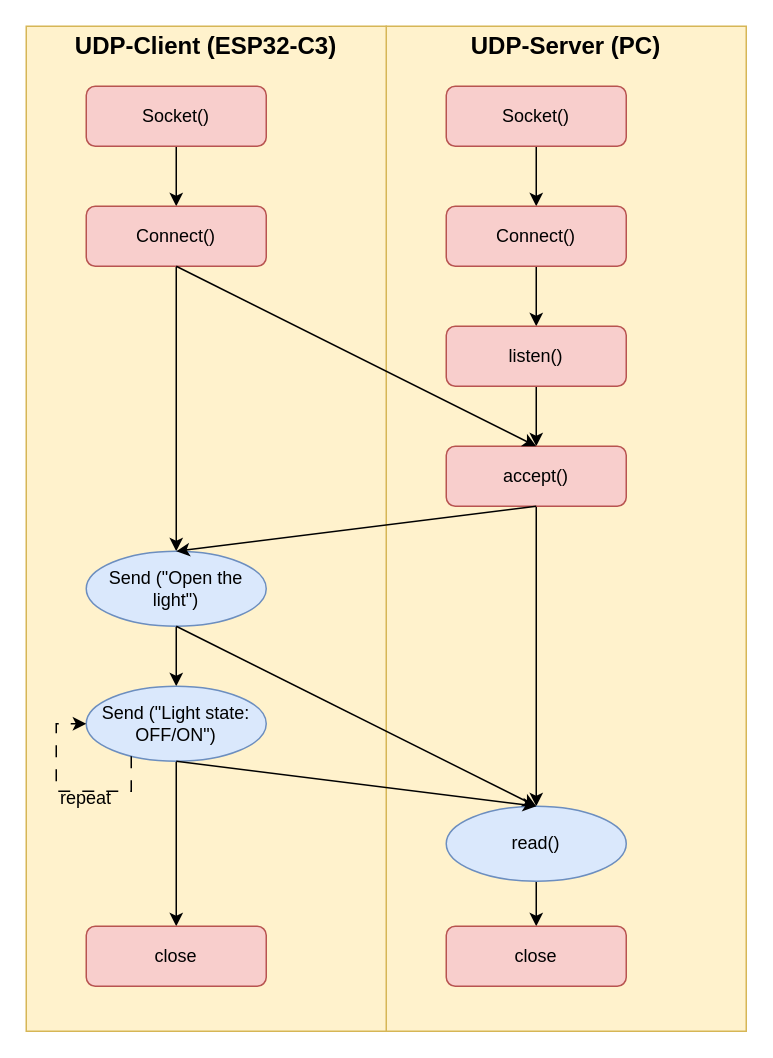
Before: page "UDP Client" (1 of 2) of PBL5.drawio in 106210049/CK_RTOS, a draw.io diagram. Source tidied: cells renumbered, new cells numbered last; positions are measured from the earlier drawing's top-left corner, leaving out a move shared by most shapes. Both pictures are drawn from the tidied source at 150%, with x=0, y=0 at pixel (26, 26).
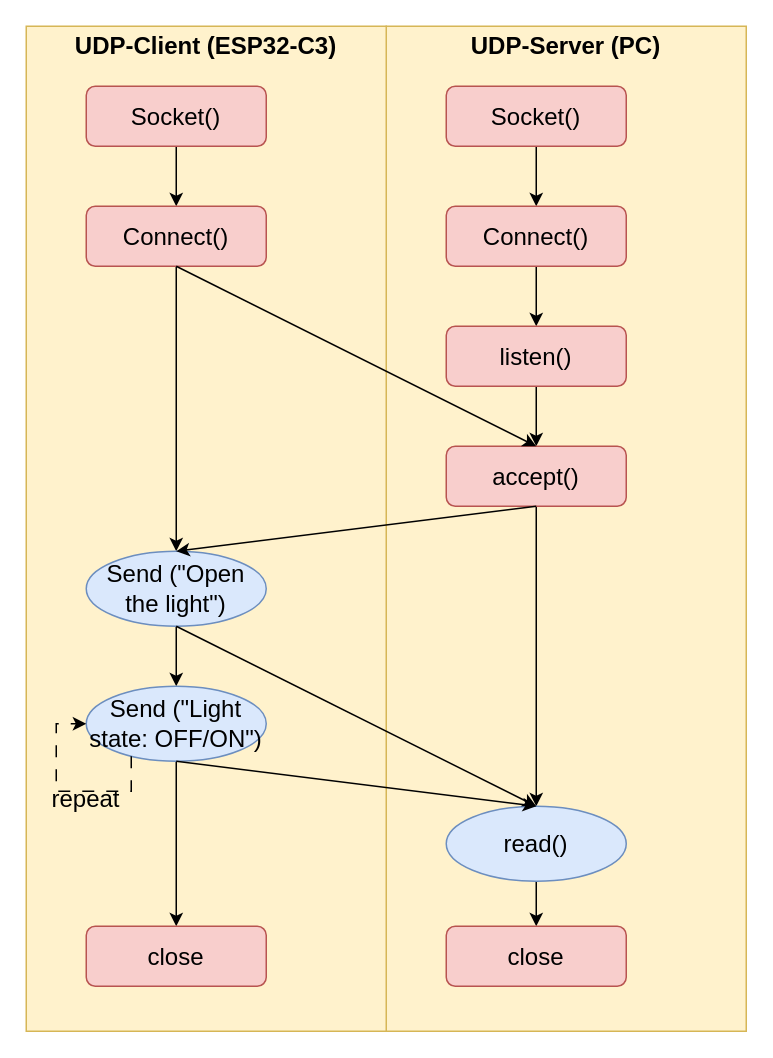
The same page after the edit.

Diff of the diagram source:
```diff
@@
-    <mxCell id="2" value="&lt;p style=&quot;margin:0px;margin-top:4px;text-align:center;&quot;&gt;&lt;b&gt;&lt;font style=&quot;font-size: 16px;&quot;&gt;UDP-Server (PC)&lt;/font&gt;&lt;/b&gt;&lt;/p&gt;" style="verticalAlign=top;align=left;overflow=fill;html=1;whiteSpace=wrap;fillColor=#fff2cc;strokeColor=#d6b656;" parent="1" vertex="1">
+    <mxCell id="2" value="&lt;p style=&quot;margin:0px;margin-top:4px;text-align:center;&quot;&gt;&lt;b&gt;&lt;font&gt;UDP-Server (PC)&lt;/font&gt;&lt;/b&gt;&lt;/p&gt;" style="verticalAlign=top;align=left;overflow=fill;html=1;whiteSpace=wrap;fillColor=#fff2cc;strokeColor=#d6b656;fontSize=16;" parent="1" vertex="1">
       <mxGeometry x="240" width="240" height="670" as="geometry" />
     </mxCell>
-    <mxCell id="3" value="&lt;p style=&quot;margin:0px;margin-top:4px;text-align:center;&quot;&gt;&lt;b&gt;&lt;font style=&quot;font-size: 16px;&quot;&gt;UDP-Client (ESP32-C3)&lt;/font&gt;&lt;/b&gt;&lt;/p&gt;" style="verticalAlign=top;align=left;overflow=fill;html=1;whiteSpace=wrap;fillColor=#fff2cc;strokeColor=#d6b656;" parent="1" vertex="1">
+    <mxCell id="3" value="&lt;p style=&quot;margin:0px;margin-top:4px;text-align:center;&quot;&gt;&lt;b&gt;&lt;font&gt;UDP-Client (ESP32-C3)&lt;/font&gt;&lt;/b&gt;&lt;/p&gt;" style="verticalAlign=top;align=left;overflow=fill;html=1;whiteSpace=wrap;fillColor=#fff2cc;strokeColor=#d6b656;fontSize=16;" parent="1" vertex="1">
       <mxGeometry width="240" height="670" as="geometry" />
     </mxCell>
-    <mxCell id="4" style="edgeStyle=orthogonalEdgeStyle;rounded=0;jettySize=auto;html=1;" parent="1" edge="1" source="5" target="7">
+    <mxCell id="4" style="edgeStyle=orthogonalEdgeStyle;rounded=0;jettySize=auto;html=1;fontSize=16;" parent="1" edge="1" source="5" target="7">
       <mxGeometry relative="1" as="geometry" />
     </mxCell>
-    <mxCell id="5" value="Socket()" style="rounded=1;whiteSpace=wrap;html=1;fillColor=#f8cecc;strokeColor=#b85450;" parent="1" vertex="1">
+    <mxCell id="5" value="Socket()" style="rounded=1;whiteSpace=wrap;html=1;fillColor=#f8cecc;strokeColor=#b85450;fontSize=16;" parent="1" vertex="1">
       <mxGeometry x="40" y="40" width="120" height="40" as="geometry" />
     </mxCell>
-    <mxCell id="6" style="edgeStyle=orthogonalEdgeStyle;rounded=0;jettySize=auto;html=1;" parent="1" edge="1" source="7" target="9">
+    <mxCell id="6" style="edgeStyle=orthogonalEdgeStyle;rounded=0;jettySize=auto;html=1;fontSize=16;" parent="1" edge="1" source="7" target="9">
       <mxGeometry relative="1" as="geometry" />
     </mxCell>
-    <mxCell id="7" value="Connect()" style="rounded=1;whiteSpace=wrap;html=1;fillColor=#f8cecc;strokeColor=#b85450;" parent="1" vertex="1">
+    <mxCell id="7" value="Connect()" style="rounded=1;whiteSpace=wrap;html=1;fillColor=#f8cecc;strokeColor=#b85450;fontSize=16;" parent="1" vertex="1">
       <mxGeometry x="40" y="120" width="120" height="40" as="geometry" />
     </mxCell>
-    <mxCell id="8" style="edgeStyle=orthogonalEdgeStyle;rounded=0;jettySize=auto;html=1;" parent="1" edge="1" source="9" target="21">
+    <mxCell id="8" style="edgeStyle=orthogonalEdgeStyle;rounded=0;jettySize=auto;html=1;fontSize=16;" parent="1" edge="1" source="9" target="21">
       <mxGeometry relative="1" as="geometry" />
     </mxCell>
-    <mxCell id="9" value="Send (&quot;Open the light&quot;)" style="ellipse;whiteSpace=wrap;html=1;fillColor=#dae8fc;strokeColor=#6c8ebf;" parent="1" vertex="1">
+    <mxCell id="9" value="Send (&quot;Open the light&quot;)" style="ellipse;whiteSpace=wrap;html=1;fillColor=#dae8fc;strokeColor=#6c8ebf;fontSize=16;" parent="1" vertex="1">
       <mxGeometry x="40" y="350" width="120" height="50" as="geometry" />
     </mxCell>
-    <mxCell id="10" style="edgeStyle=orthogonalEdgeStyle;rounded=0;jettySize=auto;html=1;" parent="1" edge="1" source="11" target="13">
+    <mxCell id="10" style="edgeStyle=orthogonalEdgeStyle;rounded=0;jettySize=auto;html=1;fontSize=16;" parent="1" edge="1" source="11" target="13">
       <mxGeometry relative="1" as="geometry" />
     </mxCell>
-    <mxCell id="11" value="Socket()" style="rounded=1;whiteSpace=wrap;html=1;fillColor=#f8cecc;strokeColor=#b85450;" parent="1" vertex="1">
+    <mxCell id="11" value="Socket()" style="rounded=1;whiteSpace=wrap;html=1;fillColor=#f8cecc;strokeColor=#b85450;fontSize=16;" parent="1" vertex="1">
       <mxGeometry x="280" y="40" width="120" height="40" as="geometry" />
     </mxCell>
-    <mxCell id="12" style="edgeStyle=orthogonalEdgeStyle;rounded=0;jettySize=auto;html=1;" parent="1" edge="1" source="13" target="15">
+    <mxCell id="12" style="edgeStyle=orthogonalEdgeStyle;rounded=0;jettySize=auto;html=1;fontSize=16;" parent="1" edge="1" source="13" target="15">
       <mxGeometry relative="1" as="geometry" />
     </mxCell>
-    <mxCell id="13" value="Connect()" style="rounded=1;whiteSpace=wrap;html=1;fillColor=#f8cecc;strokeColor=#b85450;" parent="1" vertex="1">
+    <mxCell id="13" value="Connect()" style="rounded=1;whiteSpace=wrap;html=1;fillColor=#f8cecc;strokeColor=#b85450;fontSize=16;" parent="1" vertex="1">
       <mxGeometry x="280" y="120" width="120" height="40" as="geometry" />
     </mxCell>
-    <mxCell id="14" style="edgeStyle=orthogonalEdgeStyle;rounded=0;jettySize=auto;html=1;" parent="1" edge="1" source="15" target="17">
+    <mxCell id="14" style="edgeStyle=orthogonalEdgeStyle;rounded=0;jettySize=auto;html=1;fontSize=16;" parent="1" edge="1" source="15" target="17">
       <mxGeometry relative="1" as="geometry" />
     </mxCell>
-    <mxCell id="15" value="listen()" style="rounded=1;whiteSpace=wrap;html=1;fillColor=#f8cecc;strokeColor=#b85450;" parent="1" vertex="1">
+    <mxCell id="15" value="listen()" style="rounded=1;whiteSpace=wrap;html=1;fillColor=#f8cecc;strokeColor=#b85450;fontSize=16;" parent="1" vertex="1">
       <mxGeometry x="280" y="200" width="120" height="40" as="geometry" />
     </mxCell>
-    <mxCell id="16" style="edgeStyle=orthogonalEdgeStyle;rounded=0;jettySize=auto;html=1;entryX=0.5;entryY=0;entryDx=0;entryDy=0;" parent="1" edge="1" source="17" target="23">
+    <mxCell id="16" style="edgeStyle=orthogonalEdgeStyle;rounded=0;jettySize=auto;html=1;entryX=0.5;entryY=0;entryDx=0;entryDy=0;fontSize=16;" parent="1" edge="1" source="17" target="23">
       <mxGeometry relative="1" as="geometry" />
     </mxCell>
-    <mxCell id="17" value="accept()" style="rounded=1;whiteSpace=wrap;html=1;fillColor=#f8cecc;strokeColor=#b85450;" parent="1" vertex="1">
+    <mxCell id="17" value="accept()" style="rounded=1;whiteSpace=wrap;html=1;fillColor=#f8cecc;strokeColor=#b85450;fontSize=16;" parent="1" vertex="1">
       <mxGeometry x="280" y="280" width="120" height="40" as="geometry" />
     </mxCell>
-    <mxCell id="18" style="endArrow=classic;html=1;rounded=0;entryX=0.5;entryY=0;entryDx=0;entryDy=0;exitX=0.5;exitY=1;exitDx=0;exitDy=0;" parent="1" edge="1" source="7" target="17">
+    <mxCell id="18" style="endArrow=classic;html=1;rounded=0;entryX=0.5;entryY=0;entryDx=0;entryDy=0;exitX=0.5;exitY=1;exitDx=0;exitDy=0;fontSize=16;" parent="1" edge="1" source="7" target="17">
       <mxGeometry relative="1" as="geometry" />
     </mxCell>
-    <mxCell id="19" style="endArrow=classic;html=1;rounded=0;entryX=0.5;entryY=0;entryDx=0;entryDy=0;exitX=0.5;exitY=1;exitDx=0;exitDy=0;" parent="1" edge="1" source="17" target="9">
+    <mxCell id="19" style="endArrow=classic;html=1;rounded=0;entryX=0.5;entryY=0;entryDx=0;entryDy=0;exitX=0.5;exitY=1;exitDx=0;exitDy=0;fontSize=16;" parent="1" edge="1" source="17" target="9">
       <mxGeometry relative="1" as="geometry" />
     </mxCell>
-    <mxCell id="20" style="edgeStyle=orthogonalEdgeStyle;rounded=0;jettySize=auto;html=1;entryX=0.5;entryY=0;entryDx=0;entryDy=0;" parent="1" edge="1" source="21" target="29">
+    <mxCell id="20" style="edgeStyle=orthogonalEdgeStyle;rounded=0;jettySize=auto;html=1;entryX=0.5;entryY=0;entryDx=0;entryDy=0;fontSize=16;" parent="1" edge="1" source="21" target="29">
       <mxGeometry relative="1" as="geometry" />
     </mxCell>
-    <mxCell id="21" value="Send (&quot;Light state: OFF/ON&quot;)" style="ellipse;whiteSpace=wrap;html=1;fillColor=#dae8fc;strokeColor=#6c8ebf;" parent="1" vertex="1">
+    <mxCell id="21" value="Send (&quot;Light state: OFF/ON&quot;)" style="ellipse;whiteSpace=wrap;html=1;fillColor=#dae8fc;strokeColor=#6c8ebf;fontSize=16;" parent="1" vertex="1">
       <mxGeometry x="40" y="440" width="120" height="50" as="geometry" />
     </mxCell>
-    <mxCell id="22" style="edgeStyle=orthogonalEdgeStyle;rounded=0;jettySize=auto;html=1;" parent="1" edge="1" source="23" target="28">
+    <mxCell id="22" style="edgeStyle=orthogonalEdgeStyle;rounded=0;jettySize=auto;html=1;fontSize=16;" parent="1" edge="1" source="23" target="28">
       <mxGeometry relative="1" as="geometry" />
     </mxCell>
-    <mxCell id="23" value="read()" style="ellipse;whiteSpace=wrap;html=1;fillColor=#dae8fc;strokeColor=#6c8ebf;" parent="1" vertex="1">
+    <mxCell id="23" value="read()" style="ellipse;whiteSpace=wrap;html=1;fillColor=#dae8fc;strokeColor=#6c8ebf;fontSize=16;" parent="1" vertex="1">
       <mxGeometry x="280" y="520" width="120" height="50" as="geometry" />
     </mxCell>
-    <mxCell id="24" style="endArrow=classic;html=1;rounded=0;entryX=0.5;entryY=0;entryDx=0;entryDy=0;exitX=0.5;exitY=1;exitDx=0;exitDy=0;" parent="1" edge="1" source="9" target="23">
+    <mxCell id="24" style="endArrow=classic;html=1;rounded=0;entryX=0.5;entryY=0;entryDx=0;entryDy=0;exitX=0.5;exitY=1;exitDx=0;exitDy=0;fontSize=16;" parent="1" edge="1" source="9" target="23">
       <mxGeometry relative="1" as="geometry" />
     </mxCell>
-    <mxCell id="25" style="endArrow=classic;html=1;rounded=0;entryX=0.5;entryY=0;entryDx=0;entryDy=0;exitX=0.5;exitY=1;exitDx=0;exitDy=0;" parent="1" edge="1" source="21" target="23">
+    <mxCell id="25" style="endArrow=classic;html=1;rounded=0;entryX=0.5;entryY=0;entryDx=0;entryDy=0;exitX=0.5;exitY=1;exitDx=0;exitDy=0;fontSize=16;" parent="1" edge="1" source="21" target="23">
       <mxGeometry relative="1" as="geometry" />
     </mxCell>
-    <mxCell id="26" style="edgeStyle=orthogonalEdgeStyle;rounded=0;orthogonalLoop=1;jettySize=auto;html=1;entryX=0;entryY=0.5;entryDx=0;entryDy=0;dashed=1;dashPattern=8 8;" parent="1" edge="1" source="21" target="21">
+    <mxCell id="26" style="edgeStyle=orthogonalEdgeStyle;rounded=0;orthogonalLoop=1;jettySize=auto;html=1;entryX=0;entryY=0.5;entryDx=0;entryDy=0;dashed=1;dashPattern=8 8;fontSize=16;" parent="1" edge="1" source="21" target="21">
       <mxGeometry relative="1" as="geometry">
         <Array as="points">
           <mxPoint x="70" y="510" />
           <mxPoint x="20" y="510" />
           <mxPoint x="20" y="465" />
         </Array>
       </mxGeometry>
     </mxCell>
-    <mxCell id="27" value="repeat" style="text;strokeColor=none;align=center;fillColor=none;html=1;verticalAlign=middle;whiteSpace=wrap;rounded=0;" parent="1" vertex="1">
+    <mxCell id="27" value="repeat" style="text;strokeColor=none;align=center;fillColor=none;html=1;verticalAlign=middle;whiteSpace=wrap;rounded=0;fontSize=16;" parent="1" vertex="1">
       <mxGeometry x="10" y="500" width="60" height="30" as="geometry" />
     </mxCell>
-    <mxCell id="28" value="close" style="rounded=1;whiteSpace=wrap;html=1;fillColor=#f8cecc;strokeColor=#b85450;" parent="1" vertex="1">
+    <mxCell id="28" value="close" style="rounded=1;whiteSpace=wrap;html=1;fillColor=#f8cecc;strokeColor=#b85450;fontSize=16;" parent="1" vertex="1">
       <mxGeometry x="280" y="600" width="120" height="40" as="geometry" />
     </mxCell>
-    <mxCell id="29" value="close" style="rounded=1;whiteSpace=wrap;html=1;fillColor=#f8cecc;strokeColor=#b85450;" parent="1" vertex="1">
+    <mxCell id="29" value="close" style="rounded=1;whiteSpace=wrap;html=1;fillColor=#f8cecc;strokeColor=#b85450;fontSize=16;" parent="1" vertex="1">
       <mxGeometry x="40" y="600" width="120" height="40" as="geometry" />
     </mxCell>
```
